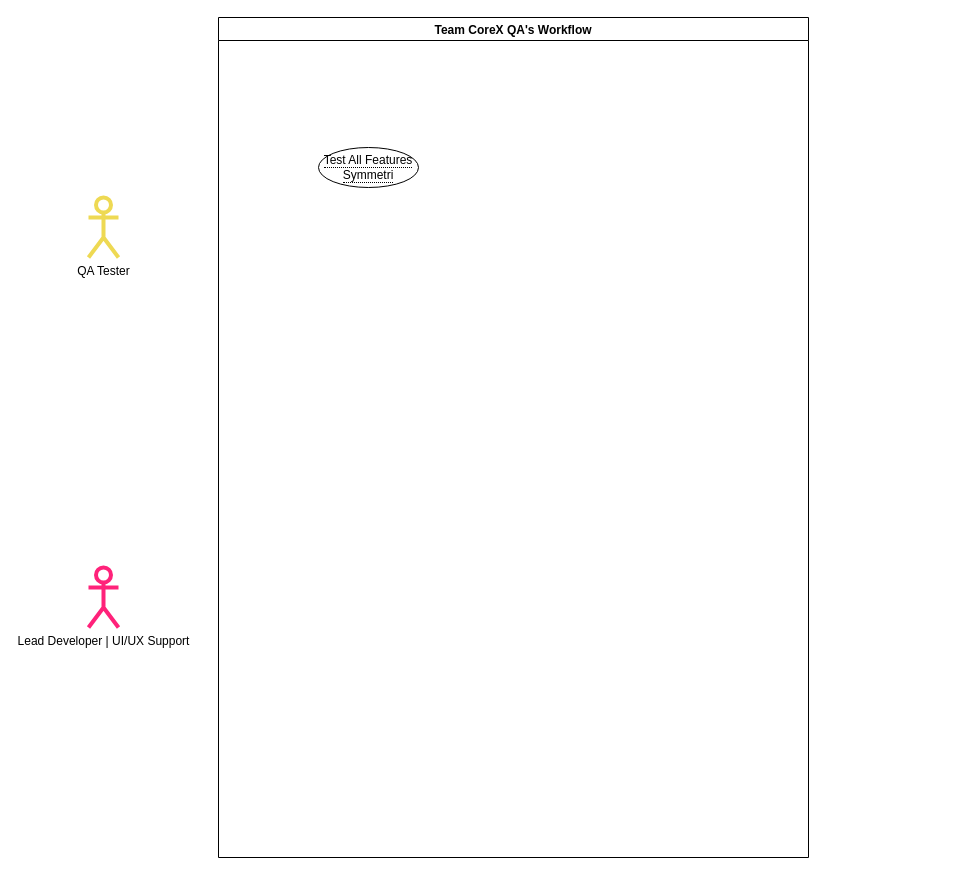
Earlier version of the draw.io diagram page "QA" (2 of 3) of workflow_between_roles.drawio (Team-CoreX-SFU/UML). Source tidied: cells renumbered, new cells numbered last; positions are measured from the earlier drawing's top-left corner, leaving out a move shared by most shapes. Both pictures are drawn from the tidied source at 100%, with x=0, y=0 at pixel (88, 17).
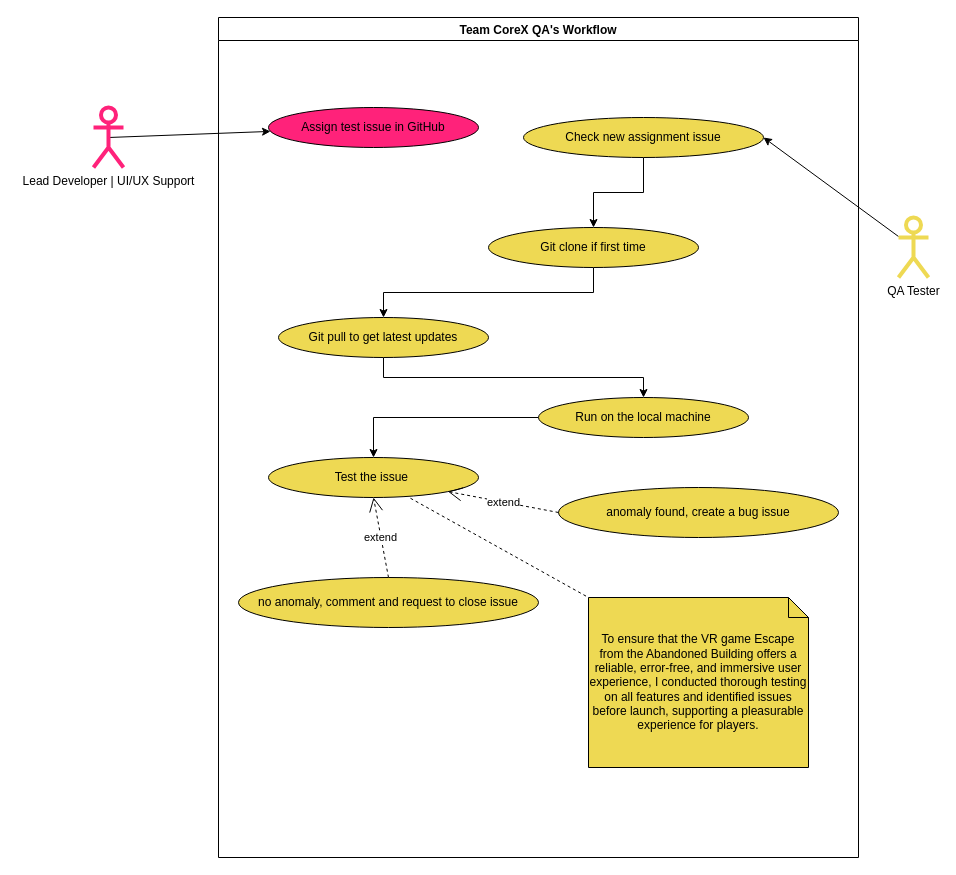
After the change.

Diff of the diagram source:
```diff
@@
+    <mxCell id="6" style="rounded=0;jettySize=auto;html=1;exitX=0.5;exitY=0.5;exitDx=0;exitDy=0;exitPerimeter=0;" parent="1" edge="1" source="2" target="11">
+      <mxGeometry relative="1" as="geometry" />
+    </mxCell>
     <mxCell id="2" value="Lead Developer | UI/UX Support" style="shape=umlActor;verticalLabelPosition=bottom;verticalAlign=top;html=1;strokeColor=#FF227A;strokeWidth=4;" parent="1" vertex="1">
-      <mxGeometry y="550" width="30" height="60" as="geometry" />
+      <mxGeometry x="5" y="90" width="30" height="60" as="geometry" />
     </mxCell>
+    <mxCell id="7" style="rounded=0;jettySize=auto;html=1;entryX=1;entryY=0.5;entryDx=0;entryDy=0;" parent="1" edge="1" source="3" target="17">
+      <mxGeometry relative="1" as="geometry" />
+    </mxCell>
     <mxCell id="3" value="QA Tester" style="shape=umlActor;verticalLabelPosition=bottom;verticalAlign=top;html=1;strokeColor=light-dark(#eed953, #ededed);strokeWidth=4;" parent="1" vertex="1">
-      <mxGeometry y="180" width="30" height="60" as="geometry" />
+      <mxGeometry x="810" y="200" width="30" height="60" as="geometry" />
     </mxCell>
     <mxCell id="4" value="Team CoreX QA's Workflow" style="swimlane;" parent="1" vertex="1">
-      <mxGeometry x="130" width="590" height="840" as="geometry" />
+      <mxGeometry x="130" width="640" height="840" as="geometry" />
     </mxCell>
+    <mxCell id="8" style="edgeStyle=orthogonalEdgeStyle;rounded=0;jettySize=auto;html=1;exitX=0.5;exitY=1;exitDx=0;exitDy=0;entryX=0.5;entryY=0;entryDx=0;entryDy=0;" parent="4" edge="1" source="5" target="10">
+      <mxGeometry relative="1" as="geometry" />
+    </mxCell>
-    <mxCell id="5" value="&lt;span style=&quot;border-bottom: 1px dotted&quot;&gt;Test All Features Symmetri&lt;/span&gt;" style="ellipse;whiteSpace=wrap;html=1;align=center;" parent="4" vertex="1">
-      <mxGeometry x="100" y="130" width="100" height="40" as="geometry" />
+    <mxCell id="5" value="Git clone if first time" style="ellipse;whiteSpace=wrap;html=1;align=center;fillColor=#EED953;" parent="4" vertex="1">
+      <mxGeometry x="270" y="210" width="210" height="40" as="geometry" />
     </mxCell>
+    <mxCell id="9" style="edgeStyle=orthogonalEdgeStyle;rounded=0;jettySize=auto;html=1;exitX=0.5;exitY=1;exitDx=0;exitDy=0;entryX=0.5;entryY=0;entryDx=0;entryDy=0;" parent="4" edge="1" source="10" target="13">
+      <mxGeometry relative="1" as="geometry">
+        <Array as="points">
+          <mxPoint x="165" y="360" />
+          <mxPoint x="425" y="360" />
+        </Array>
+      </mxGeometry>
+    </mxCell>
+    <mxCell id="10" value="Git pull to get latest updates" style="ellipse;whiteSpace=wrap;html=1;align=center;fillColor=#EED953;" parent="4" vertex="1">
+      <mxGeometry x="60" y="300" width="210" height="40" as="geometry" />
+    </mxCell>
+    <mxCell id="11" value="Assign test issue in GitHub" style="ellipse;whiteSpace=wrap;html=1;align=center;fillColor=#FF227A;" parent="4" vertex="1">
+      <mxGeometry x="50" y="90" width="210" height="40" as="geometry" />
+    </mxCell>
+    <mxCell id="12" style="edgeStyle=orthogonalEdgeStyle;rounded=0;jettySize=auto;html=1;" parent="4" edge="1" source="13" target="14">
+      <mxGeometry relative="1" as="geometry" />
+    </mxCell>
+    <mxCell id="13" value="Run on the local machine" style="ellipse;whiteSpace=wrap;html=1;align=center;fillColor=#EED953;" parent="4" vertex="1">
+      <mxGeometry x="320" y="380" width="210" height="40" as="geometry" />
+    </mxCell>
+    <mxCell id="14" value="Test the issue&amp;nbsp;" style="ellipse;whiteSpace=wrap;html=1;align=center;fillColor=#EED953;" parent="4" vertex="1">
+      <mxGeometry x="50" y="440" width="210" height="40" as="geometry" />
+    </mxCell>
+    <mxCell id="15" value="To ensure that the VR game Escape from the Abandoned Building offers a reliable, error-free, and immersive user experience, I conducted thorough testing on all features and identified issues before launch, supporting a pleasurable experience for players." style="shape=note;size=20;whiteSpace=wrap;html=1;fillColor=#EED953;" parent="4" vertex="1">
+      <mxGeometry x="370" y="580" width="220" height="170" as="geometry" />
+    </mxCell>
+    <mxCell id="16" style="edgeStyle=orthogonalEdgeStyle;rounded=0;jettySize=auto;html=1;exitX=0.5;exitY=1;exitDx=0;exitDy=0;" parent="4" edge="1" source="17" target="5">
+      <mxGeometry relative="1" as="geometry" />
+    </mxCell>
+    <mxCell id="17" value="Check new assignment issue" style="ellipse;whiteSpace=wrap;html=1;align=center;fillColor=#EED953;" parent="4" vertex="1">
+      <mxGeometry x="305" y="100" width="240" height="40" as="geometry" />
+    </mxCell>
+    <mxCell id="18" value="anomaly found, create a bug issue" style="ellipse;whiteSpace=wrap;html=1;align=center;fillColor=#EED953;" parent="4" vertex="1">
+      <mxGeometry x="340" y="470" width="280" height="50" as="geometry" />
+    </mxCell>
+    <mxCell id="19" value="no anomaly, comment and request to close issue" style="ellipse;whiteSpace=wrap;html=1;align=center;fillColor=#EED953;" parent="4" vertex="1">
+      <mxGeometry x="20" y="560" width="300" height="50" as="geometry" />
+    </mxCell>
+    <mxCell id="20" value="extend" style="endArrow=open;endSize=12;dashed=1;html=1;rounded=0;exitX=0;exitY=0.5;exitDx=0;exitDy=0;" parent="4" edge="1" source="18" target="14">
+      <mxGeometry relative="1" as="geometry" />
+    </mxCell>
+    <mxCell id="21" value="extend" style="endArrow=open;endSize=12;dashed=1;html=1;rounded=0;exitX=0.5;exitY=0;exitDx=0;exitDy=0;entryX=0.5;entryY=1;entryDx=0;entryDy=0;" parent="4" edge="1" source="19" target="14">
+      <mxGeometry relative="1" as="geometry" />
+    </mxCell>
+    <mxCell id="22" style="endArrow=none;endFill=0;html=1;rounded=0;exitX=0.676;exitY=1.019;exitDx=0;exitDy=0;exitPerimeter=0;entryX=0;entryY=0;entryDx=0;entryDy=0;entryPerimeter=0;shape=filledEdge;dashed=1;" parent="4" edge="1" source="14" target="15">
+      <mxGeometry relative="1" as="geometry" />
+    </mxCell>
```
